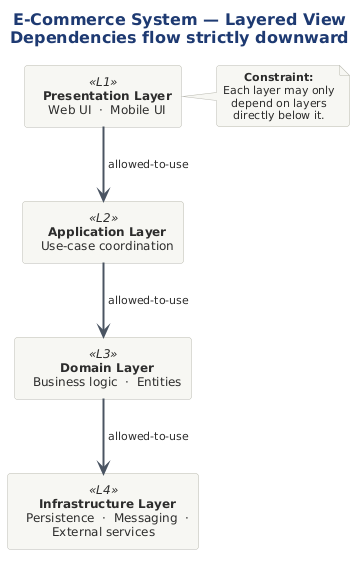
Before: src/architecture/views-and-beyond/style-catalogs/module/module-views/png/e-commerce-system-layered-view-dependencies.png, a diagram exported from PlantUML (Notoriousjayy/latex-docs). The source it was exported from:
```plantuml
@startuml

title <b>E-Commerce System — Layered View</b>\nDependencies flow strictly downward

!include ../../../../../../tooling/styles/plantuml/structural/component-diagram-style.iuml

rectangle "  **Presentation Layer**  \n  Web UI  ·  Mobile UI  " as PL <<L1>>
rectangle "  **Application Layer**  \n  Use-case coordination  " as AL <<L2>>
rectangle "  **Domain Layer**  \n  Business logic  ·  Entities  " as DL <<L3>>
rectangle "  **Infrastructure Layer**  \n  Persistence  ·  Messaging  ·  External services  " as IL <<L4>>

PL -[#4B5563,bold]down-> AL : " allowed-to-use "
AL -[#4B5563,bold]down-> DL : " allowed-to-use "
DL -[#4B5563,bold]down-> IL : " allowed-to-use "

note right of PL
  <b>Constraint:</b>
  Each layer may only
  depend on layers
  directly below it.
end note
@enduml
```
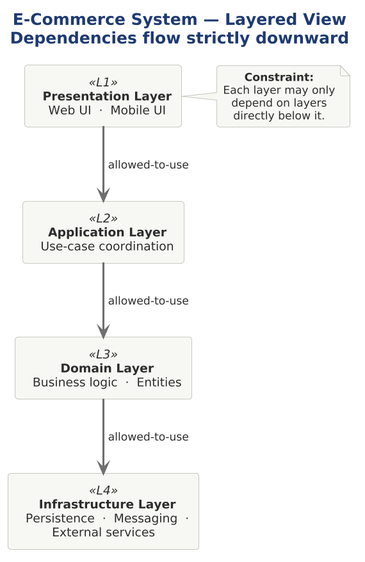
Above is the later version.

What changed in the source:
```diff
@@ -1,4 +1,9 @@
 @startuml
+
+skinparam dpi 150
+
+
+
 
 title <b>E-Commerce System — Layered View</b>\nDependencies flow strictly downward
 
@@ -9,9 +14,9 @@
 rectangle "  **Domain Layer**  \n  Business logic  ·  Entities  " as DL <<L3>>
 rectangle "  **Infrastructure Layer**  \n  Persistence  ·  Messaging  ·  External services  " as IL <<L4>>
 
-PL -[#4B5563,bold]down-> AL : " allowed-to-use "
-AL -[#4B5563,bold]down-> DL : " allowed-to-use "
-DL -[#4B5563,bold]down-> IL : " allowed-to-use "
+PL -[$line_neutral,bold]down-> AL : " allowed-to-use "
+AL -[$line_neutral,bold]down-> DL : " allowed-to-use "
+DL -[$line_neutral,bold]down-> IL : " allowed-to-use "
 
 note right of PL
   <b>Constraint:</b>
```
